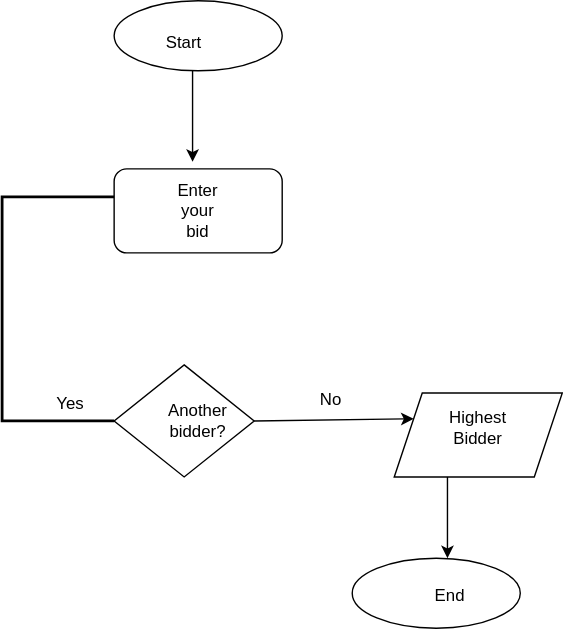
effulgentstar/Draw-io keeps this draw.io diagram as Untitled Diagram.svg. Above is the earlier version. Source tidied: cells renumbered, new cells last; positions are measured from the earlier drawing's top-left corner, leaving out a move shared by most shapes. Its diagram source:
```xml
<mxGraphModel>
  <root>
    <mxCell id="0" />
    <mxCell id="1" parent="0" />
    <mxCell id="2" style="ellipse;whiteSpace=wrap;html=1;" parent="1" vertex="1">
      <mxGeometry x="80" width="120" height="50" as="geometry" />
    </mxCell>
    <mxCell id="3" value="Start" style="text;html=1;strokeColor=none;fillColor=none;align=center;verticalAlign=middle;whiteSpace=wrap;rounded=0;" parent="1" vertex="1">
      <mxGeometry x="110" y="20" width="40" height="20" as="geometry" />
    </mxCell>
    <mxCell id="4" style="endArrow=classic;html=1;" parent="1" edge="1">
      <mxGeometry relative="1" as="geometry">
        <mxPoint x="136" y="50" as="sourcePoint" />
        <mxPoint x="136" y="115" as="targetPoint" />
      </mxGeometry>
    </mxCell>
    <mxCell id="5" style="rounded=1;whiteSpace=wrap;html=1;" parent="1" vertex="1">
      <mxGeometry x="80" y="120" width="120" height="60" as="geometry" />
    </mxCell>
    <mxCell id="6" value="Enter your bid" style="text;html=1;strokeColor=none;fillColor=none;align=center;verticalAlign=middle;whiteSpace=wrap;rounded=0;" parent="1" vertex="1">
      <mxGeometry x="120" y="140" width="40" height="20" as="geometry" />
    </mxCell>
    <mxCell id="7" style="rhombus;whiteSpace=wrap;html=1;" parent="1" vertex="1">
      <mxGeometry x="80" y="260" width="100" height="80" as="geometry" />
    </mxCell>
    <mxCell id="8" value="Another bidder?" style="text;html=1;strokeColor=none;fillColor=none;align=center;verticalAlign=middle;whiteSpace=wrap;rounded=0;" parent="1" vertex="1">
      <mxGeometry x="120" y="290" width="40" height="20" as="geometry" />
    </mxCell>
    <mxCell id="9" style="shape=parallelogram;perimeter=parallelogramPerimeter;whiteSpace=wrap;html=1;fixedSize=1;" parent="1" vertex="1">
      <mxGeometry x="280" y="280" width="120" height="60" as="geometry" />
    </mxCell>
    <mxCell id="10" value="Highest Bidder" style="text;html=1;strokeColor=none;fillColor=none;align=center;verticalAlign=middle;whiteSpace=wrap;rounded=0;" parent="1" vertex="1">
      <mxGeometry x="320" y="300" width="40" height="10" as="geometry" />
    </mxCell>
    <mxCell id="11" style="ellipse;whiteSpace=wrap;html=1;" parent="1" vertex="1">
      <mxGeometry x="250" y="398" width="120" height="50" as="geometry" />
    </mxCell>
    <mxCell id="12" value="End" style="text;html=1;strokeColor=none;fillColor=none;align=center;verticalAlign=middle;whiteSpace=wrap;rounded=0;" parent="1" vertex="1">
      <mxGeometry x="300" y="415" width="40" height="20" as="geometry" />
    </mxCell>
    <mxCell id="13" style="endArrow=classic;html=1;" parent="1" edge="1">
      <mxGeometry relative="1" as="geometry">
        <mxPoint x="318" y="340" as="sourcePoint" />
        <mxPoint x="318" y="398" as="targetPoint" />
      </mxGeometry>
    </mxCell>
    <mxCell id="14" style="endArrow=classic;html=1;exitX=1;exitY=0.5;exitDx=0;exitDy=0;entryX=0;entryY=0.25;entryDx=0;entryDy=0;" parent="1" edge="1" source="7" target="9">
      <mxGeometry relative="1" as="geometry" />
    </mxCell>
    <mxCell id="15" value="No" style="text;html=1;strokeColor=none;fillColor=none;align=center;verticalAlign=middle;whiteSpace=wrap;rounded=0;" parent="1" vertex="1">
      <mxGeometry x="215" y="275" width="40" height="20" as="geometry" />
    </mxCell>
    <mxCell id="16" style="strokeWidth=2;html=1;shape=mxgraph.flowchart.annotation_1;align=left;" parent="1" vertex="1">
      <mxGeometry y="140" width="80" height="160" as="geometry" />
    </mxCell>
    <mxCell id="17" value="Yes" style="text;html=1;strokeColor=none;fillColor=none;align=center;verticalAlign=middle;whiteSpace=wrap;rounded=0;" parent="1" vertex="1">
      <mxGeometry x="29" y="278" width="40" height="20" as="geometry" />
    </mxCell>
  </root>
</mxGraphModel>
```
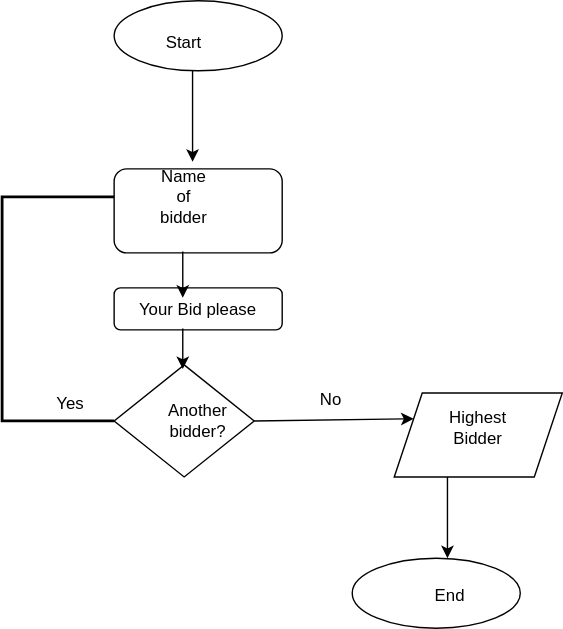
After the commit.

Change to the diagram source:
```diff
@@ -17,9 +17,6 @@
     <mxCell id="5" style="rounded=1;whiteSpace=wrap;html=1;" parent="1" vertex="1">
       <mxGeometry x="80" y="120" width="120" height="60" as="geometry" />
     </mxCell>
-    <mxCell id="6" value="Enter your bid" style="text;html=1;strokeColor=none;fillColor=none;align=center;verticalAlign=middle;whiteSpace=wrap;rounded=0;" parent="1" vertex="1">
-      <mxGeometry x="120" y="140" width="40" height="20" as="geometry" />
-    </mxCell>
     <mxCell id="7" style="rhombus;whiteSpace=wrap;html=1;" parent="1" vertex="1">
       <mxGeometry x="80" y="260" width="100" height="80" as="geometry" />
     </mxCell>
@@ -56,5 +53,26 @@
     <mxCell id="17" value="Yes" style="text;html=1;strokeColor=none;fillColor=none;align=center;verticalAlign=middle;whiteSpace=wrap;rounded=0;" parent="1" vertex="1">
       <mxGeometry x="29" y="278" width="40" height="20" as="geometry" />
     </mxCell>
+    <mxCell id="18" style="rounded=1;whiteSpace=wrap;html=1;" parent="1" vertex="1">
+      <mxGeometry x="80" y="205" width="120" height="30" as="geometry" />
+    </mxCell>
+    <mxCell id="19" value="Your Bid please" style="text;html=1;strokeColor=none;fillColor=none;align=center;verticalAlign=middle;whiteSpace=wrap;rounded=0;" parent="1" vertex="1">
+      <mxGeometry x="90" y="211" width="100" height="20" as="geometry" />
+    </mxCell>
+    <mxCell id="20" value="Name of bidder" style="text;html=1;strokeColor=none;fillColor=none;align=center;verticalAlign=middle;whiteSpace=wrap;rounded=0;" parent="1" vertex="1">
+      <mxGeometry x="110" y="130" width="40" height="20" as="geometry" />
+    </mxCell>
+    <mxCell id="21" style="endArrow=classic;html=1;entryX=0.39;entryY=0.1;entryDx=0;entryDy=0;entryPerimeter=0;" parent="1" edge="1">
+      <mxGeometry relative="1" as="geometry">
+        <mxPoint x="129" y="179" as="sourcePoint" />
+        <mxPoint x="129" y="212" as="targetPoint" />
+      </mxGeometry>
+    </mxCell>
+    <mxCell id="22" style="endArrow=classic;html=1;" parent="1" edge="1">
+      <mxGeometry relative="1" as="geometry">
+        <mxPoint x="129" y="234" as="sourcePoint" />
+        <mxPoint x="129" y="263" as="targetPoint" />
+      </mxGeometry>
+    </mxCell>
   </root>
 </mxGraphModel>
```
